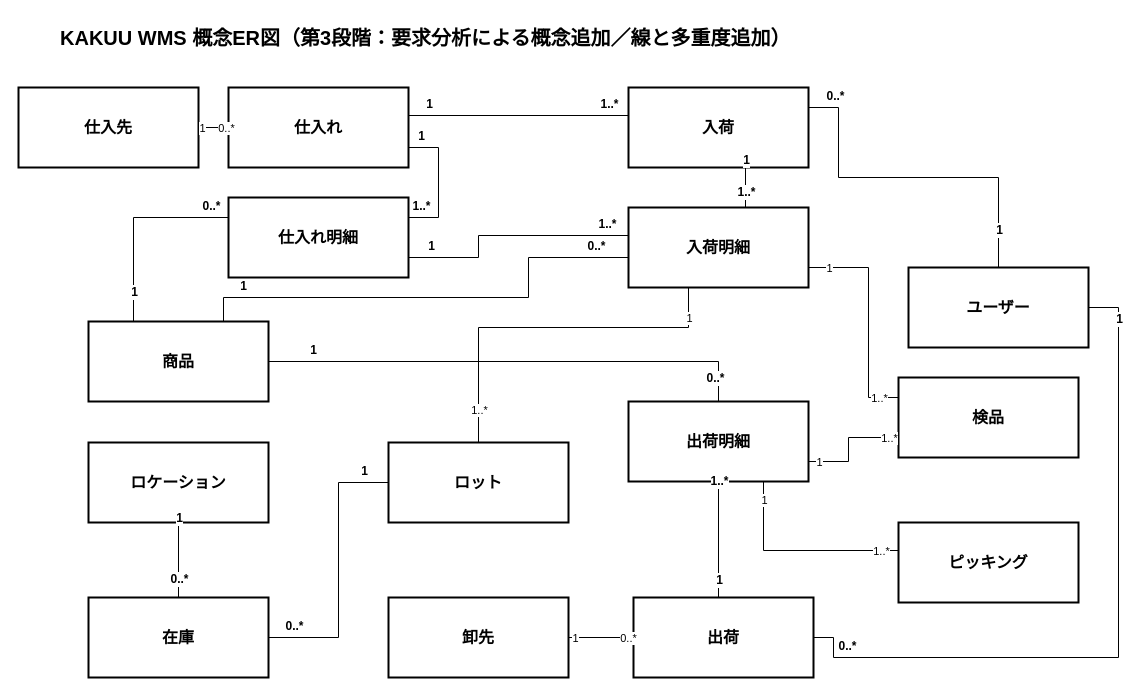
Above: docs/2_要求分析/03_データ概念整理/概念ER図/drawio/KAKUU_WMS_概念ER図_第3段階_線・多重度追加.drawio in hino-115/kakuu-wms (draw.io), before the change. Source tidied: cells renumbered, new cells numbered last; positions are measured from the earlier drawing's top-left corner, leaving out a move shared by most shapes. Both pictures are drawn from the tidied source at 100%, with x=0, y=0 at pixel (18, 17).
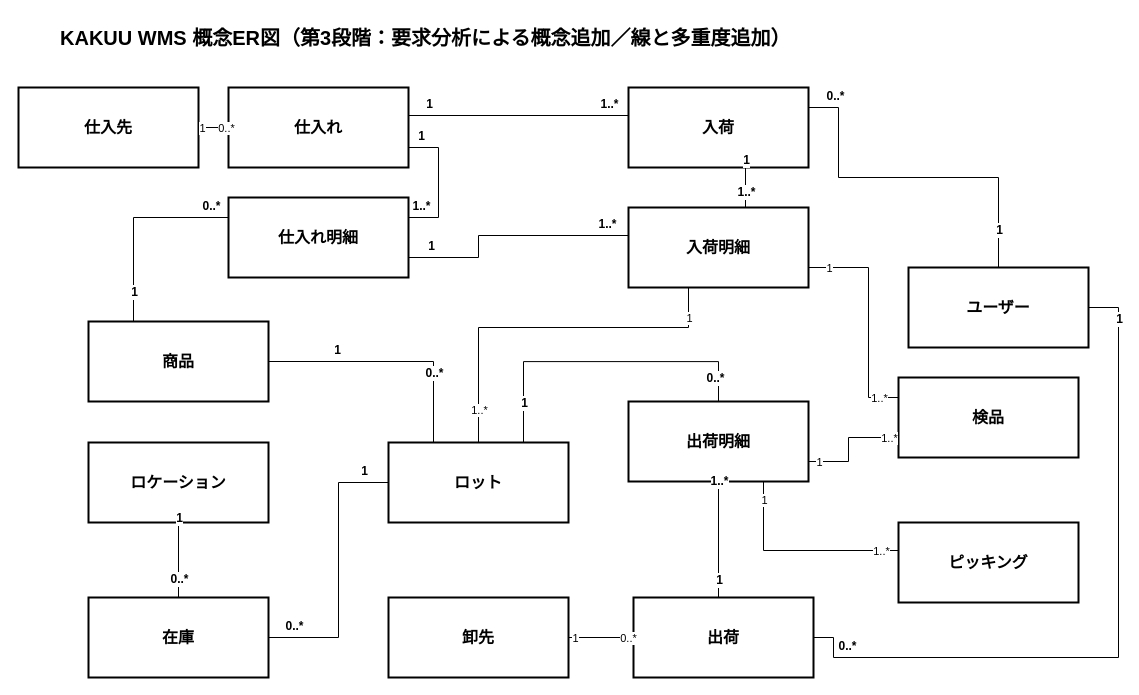
The same page after the edit.

Unchanged cells that the change refers to:
```xml
<mxCell id="3" value="商品" style="rounded=0;whiteSpace=wrap;html=1;fillColor=#ffffff;strokeColor=#000000;strokeWidth=2;fontSize=16;fontStyle=1;align=center;verticalAlign=middle;" parent="1" vertex="1">
  <mxGeometry x="70" y="304" width="180" height="80" as="geometry" />
</mxCell>
<mxCell id="11" value="入荷明細" style="rounded=0;whiteSpace=wrap;html=1;fillColor=#ffffff;strokeColor=#000000;strokeWidth=2;fontSize=16;fontStyle=1;align=center;verticalAlign=middle;" parent="1" vertex="1">
  <mxGeometry x="610" y="190" width="180" height="80" as="geometry" />
</mxCell>
<mxCell id="12" value="出荷明細" style="rounded=0;whiteSpace=wrap;html=1;fillColor=#ffffff;strokeColor=#000000;strokeWidth=2;fontSize=16;fontStyle=1;align=center;verticalAlign=middle;" parent="1" vertex="1">
  <mxGeometry x="610" y="384" width="180" height="80" as="geometry" />
</mxCell>
<mxCell id="14" value="ロット" style="rounded=0;whiteSpace=wrap;html=1;fillColor=#ffffff;strokeColor=#000000;strokeWidth=2;fontSize=16;fontStyle=1;align=center;verticalAlign=middle;" parent="1" vertex="1">
  <mxGeometry x="370" y="425" width="180" height="80" as="geometry" />
</mxCell>
```

Change to the diagram source:
```diff
@@
-    <mxCell id="30" style="edgeStyle=orthogonalEdgeStyle;rounded=0;jettySize=auto;html=1;endArrow=none;startArrow=none;exitX=0.75;exitY=0;exitDx=0;exitDy=0;entryX=0;entryY=0.75;entryDx=0;entryDy=0;" parent="1" edge="1" source="3" target="11">
-      <mxGeometry relative="1" as="geometry">
-        <Array as="points">
-          <mxPoint x="205" y="280" />
-          <mxPoint x="510" y="280" />
-          <mxPoint x="510" y="240" />
-        </Array>
-      </mxGeometry>
+    <mxCell id="30" style="edgeStyle=orthogonalEdgeStyle;rounded=0;jettySize=auto;html=1;endArrow=none;startArrow=none;exitX=1;exitY=0.5;exitDx=0;exitDy=0;entryX=0.25;entryY=0;entryDx=0;entryDy=0;" parent="1" edge="1" source="3" target="14">
+      <mxGeometry x="-0.28" relative="1" as="geometry" />
     </mxCell>
     <mxCell id="31" value="1" style="edgeLabel;html=1;align=center;verticalAlign=middle;fontSize=12;fontStyle=1;" parent="30" vertex="1">
-      <mxGeometry x="-0.82" relative="1" as="geometry">
+      <mxGeometry x="-0.45" relative="1" as="geometry">
         <mxPoint y="-12" as="offset" />
       </mxGeometry>
     </mxCell>
     <mxCell id="32" value="0..*" style="edgeLabel;html=1;align=center;verticalAlign=middle;fontSize=12;fontStyle=1;" parent="30" vertex="1">
-      <mxGeometry x="0.82" relative="1" as="geometry">
+      <mxGeometry x="0.53" relative="1" as="geometry">
         <mxPoint y="-12" as="offset" />
       </mxGeometry>
     </mxCell>
@@
-    <mxCell id="36" style="edgeStyle=orthogonalEdgeStyle;rounded=0;jettySize=auto;html=1;endArrow=none;startArrow=none;exitX=1;exitY=0.5;exitDx=0;exitDy=0;entryX=0.5;entryY=0;entryDx=0;entryDy=0;" parent="1" edge="1" source="3" target="12">
+    <mxCell id="36" style="edgeStyle=orthogonalEdgeStyle;rounded=0;jettySize=auto;html=1;endArrow=none;startArrow=none;exitX=0.75;exitY=0;exitDx=0;exitDy=0;entryX=0.5;entryY=0;entryDx=0;entryDy=0;" parent="1" edge="1" source="14" target="12">
       <mxGeometry relative="1" as="geometry">
         <Array as="points">
+          <mxPoint x="505" y="344.1" />
           <mxPoint x="700" y="344.1" />
         </Array>
       </mxGeometry>
     </mxCell>
@@
     <mxCell id="38" value="0..*" style="edgeLabel;html=1;align=center;verticalAlign=middle;fontSize=12;fontStyle=1;" parent="36" vertex="1">
-      <mxGeometry x="0.82" relative="1" as="geometry">
+      <mxGeometry x="0.72" relative="1" as="geometry">
         <mxPoint y="16" as="offset" />
       </mxGeometry>
     </mxCell>
```
